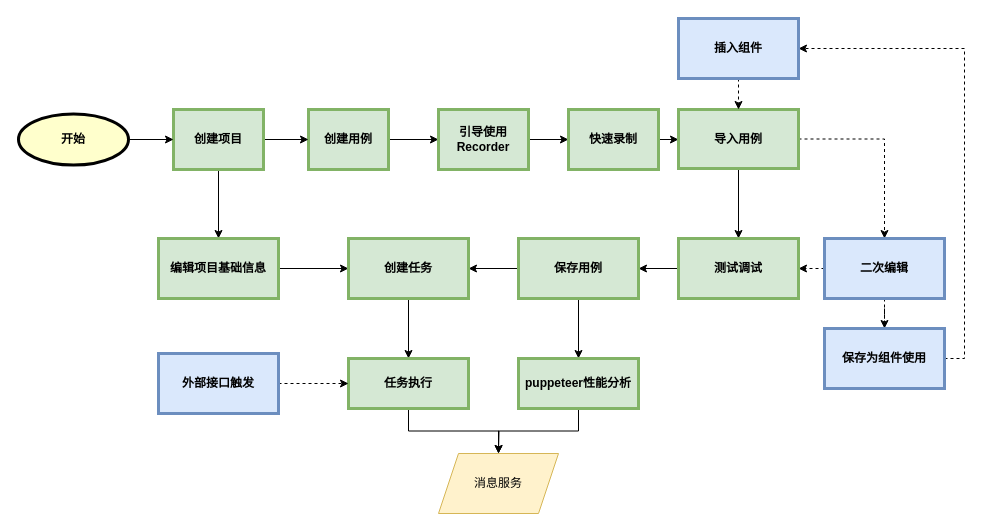
Alvabill/drawio keeps this draw.io diagram as UItest流程图.drawio. Above is the earlier version. Source tidied: cells renumbered, new cells numbered last; positions are measured from the earlier drawing's top-left corner, leaving out a move shared by most shapes. Both pictures are drawn from the tidied source at 100%, with x=0, y=0 at pixel (18, 18).
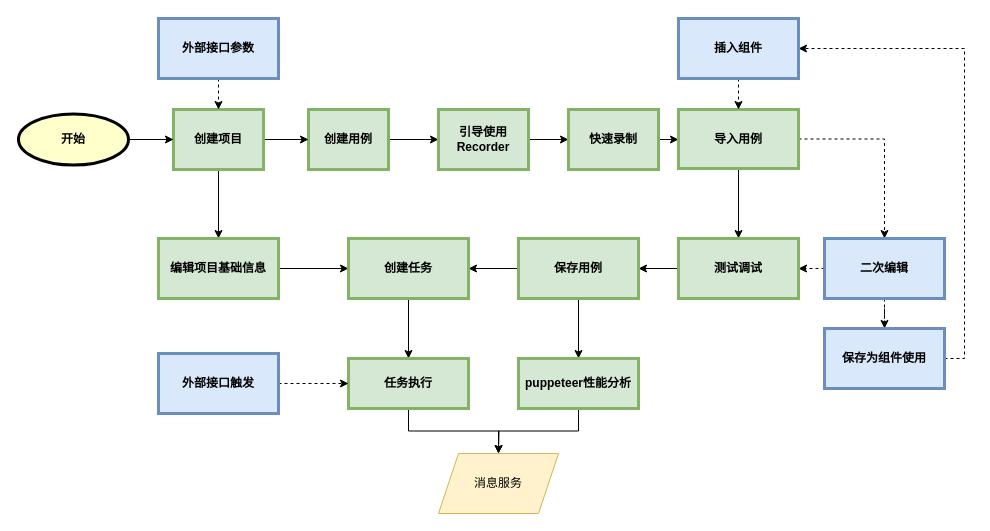
The same diagram, later.

Unchanged cells that the change refers to:
```xml
<mxCell id="6" value="创建项目" style="whiteSpace=wrap;align=center;verticalAlign=middle;fontStyle=1;strokeWidth=3;fillColor=#d5e8d4;strokeColor=#82b366;" parent="1" vertex="1">
  <mxGeometry x="155" y="91" width="90" height="60" as="geometry" />
</mxCell>
```

What changed in the source:
```diff
@@
+    <mxCell id="39" style="edgeStyle=orthogonalEdgeStyle;rounded=0;jettySize=auto;html=1;exitX=0.5;exitY=1;exitDx=0;exitDy=0;entryX=0.5;entryY=0;entryDx=0;entryDy=0;dashed=1;" parent="1" edge="1" source="40" target="6">
+      <mxGeometry relative="1" as="geometry" />
+    </mxCell>
+    <mxCell id="40" value="外部接口参数" style="whiteSpace=wrap;html=1;fillColor=#dae8fc;strokeColor=#6c8ebf;fontStyle=1;strokeWidth=3;" parent="1" vertex="1">
+      <mxGeometry x="140" width="120" height="60" as="geometry" />
+    </mxCell>
```
